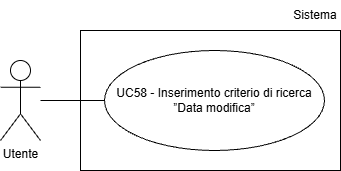
Team-Three-Technologies/Documenti keeps this draw.io diagram as assets/Use_Case_Diagrams/UC58.png. Above is the earlier version. Source tidied: cells renumbered, new cells last; positions are measured from the earlier drawing's top-left corner, leaving out a move shared by most shapes.
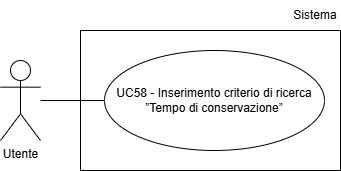
Above is the later version.

Change to the diagram source:
```diff
@@ -5,14 +5,14 @@
     <mxCell id="2" value="Utente" style="shape=umlActor;verticalLabelPosition=bottom;verticalAlign=top;html=1;" parent="1" vertex="1">
       <mxGeometry y="60" width="40" height="80" as="geometry" />
     </mxCell>
-    <mxCell id="3" value="UC58 - Inserimento criterio di ricerca ”Data modifica”" style="ellipse;whiteSpace=wrap;html=1;align=center;" parent="1" vertex="1">
-      <mxGeometry x="104" y="50" width="220" height="100" as="geometry" />
-    </mxCell>
-    <mxCell id="4" style="endArrow=none;html=1;rounded=0;entryX=0;entryY=0.5;entryDx=0;entryDy=0;" parent="1" edge="1" target="3">
-      <mxGeometry relative="1" as="geometry">
-        <mxPoint x="40" y="100" as="sourcePoint" />
-      </mxGeometry>
-    </mxCell>
+    <mxCell id="7" value="UC58 - Inserimento criterio di ricerca ”Tempo di conservazione”" style="ellipse;whiteSpace=wrap;html=1;align=center;" parent="1" vertex="1">
+      <mxGeometry x="104" y="50" width="220" height="100" as="geometry" />
+    </mxCell>
+    <mxCell id="8" style="endArrow=none;html=1;rounded=0;entryX=0;entryY=0.5;entryDx=0;entryDy=0;" parent="1" edge="1" target="7">
+      <mxGeometry relative="1" as="geometry">
+        <mxPoint x="40" y="100" as="sourcePoint" />
+      </mxGeometry>
+    </mxCell>
     <mxCell id="5" style="rounded=0;whiteSpace=wrap;html=1;fillColor=none;" parent="1" vertex="1">
       <mxGeometry x="80" y="30" width="260" height="140" as="geometry" />
     </mxCell>
```
